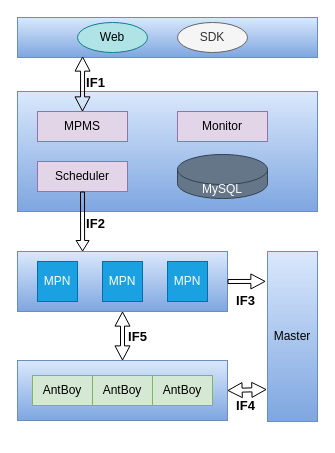
Earlier version of the draw.io diagram page "第一层" (1 of 2) of 梧桐.drawio (zebra-min/my-design). Source tidied: cells renumbered, new cells numbered last; positions are measured from the earlier drawing's top-left corner, leaving out a move shared by most shapes. Both pictures are drawn from the tidied source at 100%, with x=0, y=0 at pixel (17, 17).
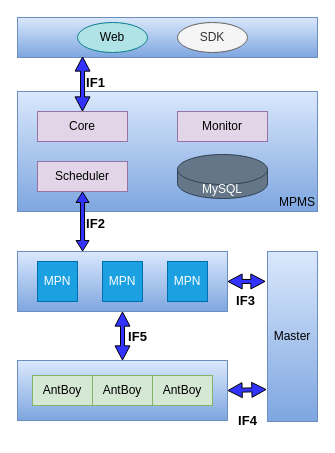
The same page after the edit.

Unchanged cells that the change refers to:
```xml
<mxCell id="4" value="Scheduler" style="rounded=0;whiteSpace=wrap;html=1;fillColor=#e1d5e7;strokeColor=#9673a6;" parent="1" vertex="1">
  <mxGeometry x="20" y="144" width="90" height="30" as="geometry" />
</mxCell>
<mxCell id="6" value="Master" style="rounded=0;whiteSpace=wrap;html=1;fillColor=#dae8fc;strokeColor=#6c8ebf;gradientColor=#7ea6e0;" parent="1" vertex="1">
  <mxGeometry x="250" y="234" width="50" height="170" as="geometry" />
</mxCell>
<mxCell id="7" style="rounded=0;whiteSpace=wrap;html=1;fillColor=#dae8fc;strokeColor=#6c8ebf;gradientColor=#7ea6e0;" parent="1" vertex="1">
  <mxGeometry y="234" width="210" height="60" as="geometry" />
</mxCell>
<mxCell id="14" style="rounded=0;whiteSpace=wrap;html=1;fillColor=#dae8fc;strokeColor=#6c8ebf;gradientColor=#7ea6e0;" parent="1" vertex="1">
  <mxGeometry y="343" width="210" height="60" as="geometry" />
</mxCell>
<mxCell id="20" style="rounded=0;whiteSpace=wrap;html=1;fillColor=#dae8fc;strokeColor=#6c8ebf;gradientColor=#7ea6e0;" parent="1" vertex="1">
  <mxGeometry width="300" height="40" as="geometry" />
</mxCell>
```

Diff of the diagram source:
```diff
@@
-    <mxCell id="2" style="rounded=0;whiteSpace=wrap;html=1;fillColor=#dae8fc;strokeColor=#6c8ebf;gradientColor=#7ea6e0;" parent="1" vertex="1">
+    <mxCell id="2" value="MPMS" style="rounded=0;whiteSpace=wrap;html=1;fillColor=#dae8fc;strokeColor=#6c8ebf;gradientColor=#7ea6e0;verticalAlign=bottom;align=right;" parent="1" vertex="1">
       <mxGeometry y="74" width="300" height="120" as="geometry" />
     </mxCell>
-    <mxCell id="3" value="MPMS" style="rounded=0;whiteSpace=wrap;html=1;fillColor=#e1d5e7;strokeColor=#9673a6;" parent="1" vertex="1">
+    <mxCell id="3" value="Core" style="rounded=0;whiteSpace=wrap;html=1;fillColor=#e1d5e7;strokeColor=#9673a6;" parent="1" vertex="1">
       <mxGeometry x="20" y="94" width="90" height="30" as="geometry" />
     </mxCell>
@@
-    <mxCell id="11" style="shape=flexArrow;endArrow=none;startArrow=block;html=1;rounded=0;width=4;startSize=3.17;startWidth=8;endWidth=8;endSize=3.17;entryX=0.5;entryY=1;entryDx=0;entryDy=0;exitX=0.31;exitY=0;exitDx=0;exitDy=0;exitPerimeter=0;startFill=0;endFill=0;" parent="1" edge="1" source="7" target="4">
+    <mxCell id="11" style="shape=flexArrow;endArrow=block;startArrow=block;html=1;rounded=0;width=4;startSize=3.17;startWidth=8;endWidth=8;endSize=3.17;entryX=0.5;entryY=1;entryDx=0;entryDy=0;exitX=0.31;exitY=0;exitDx=0;exitDy=0;exitPerimeter=0;startFill=0;endFill=0;fillColor=#3333FF;" parent="1" edge="1" source="7" target="4">
       <mxGeometry relative="1" as="geometry" />
     </mxCell>
@@
-    <mxCell id="13" style="shape=flexArrow;endArrow=classic;startArrow=classic;html=1;rounded=0;endWidth=10;endSize=4.38;width=4;startWidth=10;startSize=4.38;exitX=0.5;exitY=1;exitDx=0;exitDy=0;" parent="1" edge="1" source="7" target="14">
+    <mxCell id="13" style="shape=flexArrow;endArrow=classic;startArrow=classic;html=1;rounded=0;endWidth=10;endSize=4.38;width=4;startWidth=10;startSize=4.38;exitX=0.5;exitY=1;exitDx=0;exitDy=0;fillColor=#3333FF;" parent="1" edge="1" source="7" target="14">
       <mxGeometry relative="1" as="geometry" />
     </mxCell>
@@
-    <mxCell id="18" style="shape=flexArrow;endArrow=none;startArrow=block;html=1;rounded=0;endWidth=10;endSize=4.38;width=4;startWidth=10;startSize=4.38;exitX=-0.04;exitY=0.176;exitDx=0;exitDy=0;exitPerimeter=0;entryX=1;entryY=0.5;entryDx=0;entryDy=0;startFill=0;endFill=0;" parent="1" edge="1" source="6" target="7">
+    <mxCell id="18" style="shape=flexArrow;endArrow=block;startArrow=block;html=1;rounded=0;endWidth=10;endSize=4.38;width=4;startWidth=10;startSize=4.38;exitX=-0.04;exitY=0.176;exitDx=0;exitDy=0;exitPerimeter=0;entryX=1;entryY=0.5;entryDx=0;entryDy=0;startFill=0;endFill=0;fillColor=#3333FF;" parent="1" edge="1" source="6" target="7">
       <mxGeometry relative="1" as="geometry" />
     </mxCell>
-    <mxCell id="19" style="shape=flexArrow;endArrow=classic;startArrow=classic;html=1;rounded=0;endWidth=10;endSize=4.38;width=4;startWidth=10;startSize=4.38;exitX=-0.02;exitY=0.837;exitDx=0;exitDy=0;exitPerimeter=0;entryX=1;entryY=0.5;entryDx=0;entryDy=0;" parent="1" edge="1" target="14">
+    <mxCell id="19" style="shape=flexArrow;endArrow=classic;startArrow=classic;html=1;rounded=0;endWidth=10;endSize=4.38;width=4;startWidth=10;startSize=4.38;exitX=-0.02;exitY=0.837;exitDx=0;exitDy=0;exitPerimeter=0;entryX=1;entryY=0.5;entryDx=0;entryDy=0;fillColor=#3333FF;" parent="1" edge="1" target="14">
       <mxGeometry relative="1" as="geometry">
         <mxPoint x="249" y="372" as="sourcePoint" />
       </mxGeometry>
     </mxCell>
@@
-    <mxCell id="23" style="shape=flexArrow;endArrow=classic;startArrow=classic;html=1;rounded=0;endWidth=10;endSize=4.38;width=4;startWidth=10;startSize=4.38;exitX=0.5;exitY=0;exitDx=0;exitDy=0;entryX=0.217;entryY=0.975;entryDx=0;entryDy=0;entryPerimeter=0;fontStyle=1;" parent="1" edge="1" source="3" target="20">
+    <mxCell id="23" style="shape=flexArrow;endArrow=classic;startArrow=classic;html=1;rounded=0;endWidth=10;endSize=4.38;width=4;startWidth=10;startSize=4.38;exitX=0.5;exitY=0;exitDx=0;exitDy=0;entryX=0.217;entryY=0.975;entryDx=0;entryDy=0;entryPerimeter=0;fontStyle=1;fillColor=#3333FF;fillStyle=auto;gradientColor=none;" parent="1" edge="1" source="3" target="20">
       <mxGeometry relative="1" as="geometry" />
     </mxCell>
@@
     <mxCell id="26" value="IF4" style="text;html=1;align=center;verticalAlign=middle;strokeColor=none;fillColor=none;fontStyle=1;fontSize=13;" parent="1" vertex="1">
-      <mxGeometry x="208" y="373" width="40" height="30" as="geometry" />
+      <mxGeometry x="210" y="388" width="40" height="30" as="geometry" />
     </mxCell>
```
